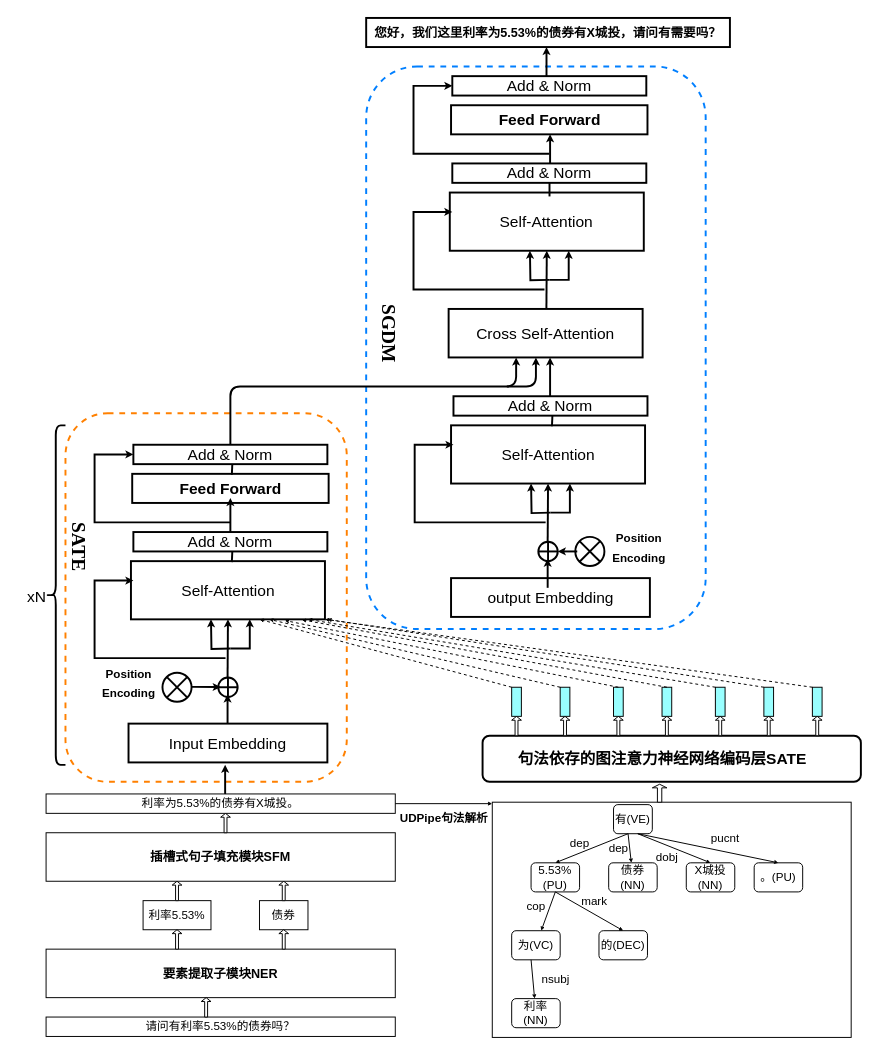
The draw.io diagram page "Page-2" (2 of 2) of 一种基于句法增强的转述式金融智能问答装置.drawio in Zoisaang/test1, before the edit. Source tidied: cells renumbered, new cells numbered last; positions are measured from the earlier drawing's top-left corner, leaving out a move shared by most shapes. Both pictures are drawn from the tidied source at 97%, with x=0, y=0 at pixel (16, 17).
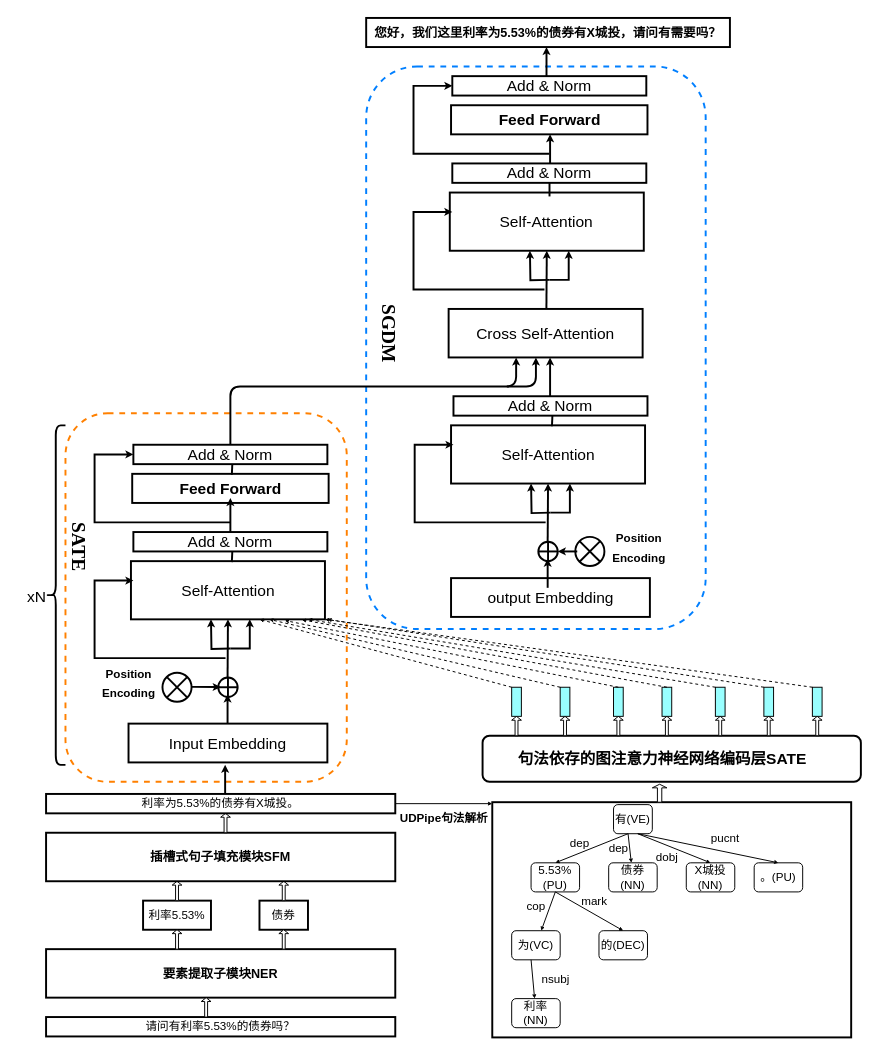
The same diagram, later.

Commit message (it also covers changes not shown here):
Update 一种基于句法增强的转述式金融智能问答装置.drawio

Diff of the diagram source:
```diff
@@
-    <mxCell id="4" value="请问有利率5.53%的债券吗？" style="rounded=0;whiteSpace=wrap;html=1;strokeColor=#000000;strokeWidth=1;fillColor=#FFFFFF;" parent="1" vertex="1">
+    <mxCell id="4" value="请问有利率5.53%的债券吗？" style="rounded=0;whiteSpace=wrap;html=1;strokeColor=#000000;strokeWidth=2;fillColor=#FFFFFF;" parent="1" vertex="1">
       <mxGeometry x="30" y="1030" width="360" height="20" as="geometry" />
     </mxCell>
-    <mxCell id="5" value="&lt;b&gt;&lt;font style=&quot;font-size: 13px&quot;&gt;要素提取子模块NER&lt;/font&gt;&lt;/b&gt;" style="rounded=0;whiteSpace=wrap;html=1;strokeColor=#000000;strokeWidth=1;fillColor=#FFFFFF;" parent="1" vertex="1">
+    <mxCell id="5" value="&lt;b&gt;&lt;font style=&quot;font-size: 13px&quot;&gt;要素提取子模块NER&lt;/font&gt;&lt;/b&gt;" style="rounded=0;whiteSpace=wrap;html=1;strokeColor=#000000;strokeWidth=2;fillColor=#FFFFFF;" parent="1" vertex="1">
       <mxGeometry x="30" y="960" width="360" height="50" as="geometry" />
     </mxCell>
@@
-    <mxCell id="7" value="利率5.53%" style="rounded=0;whiteSpace=wrap;html=1;strokeColor=#000000;strokeWidth=1;fillColor=#FFFFFF;" parent="1" vertex="1">
+    <mxCell id="7" value="利率5.53%" style="rounded=0;whiteSpace=wrap;html=1;strokeColor=#000000;strokeWidth=2;fillColor=#FFFFFF;" parent="1" vertex="1">
       <mxGeometry x="130" y="910" width="70" height="30" as="geometry" />
     </mxCell>
-    <mxCell id="8" value="债券" style="rounded=0;whiteSpace=wrap;html=1;strokeColor=#000000;strokeWidth=1;fillColor=#FFFFFF;" parent="1" vertex="1">
+    <mxCell id="8" value="债券" style="rounded=0;whiteSpace=wrap;html=1;strokeColor=#000000;strokeWidth=2;fillColor=#FFFFFF;" parent="1" vertex="1">
       <mxGeometry x="250" y="910" width="50" height="30" as="geometry" />
     </mxCell>
@@
-    <mxCell id="13" value="&lt;b&gt;&lt;font style=&quot;font-size: 13px&quot;&gt;插槽式句子填充模块SFM&lt;/font&gt;&lt;/b&gt;" style="rounded=0;whiteSpace=wrap;html=1;strokeColor=#000000;strokeWidth=1;fillColor=#FFFFFF;" parent="1" vertex="1">
+    <mxCell id="13" value="&lt;b&gt;&lt;font style=&quot;font-size: 13px&quot;&gt;插槽式句子填充模块SFM&lt;/font&gt;&lt;/b&gt;" style="rounded=0;whiteSpace=wrap;html=1;strokeColor=#000000;strokeWidth=2;fillColor=#FFFFFF;" parent="1" vertex="1">
       <mxGeometry x="30" y="840" width="360" height="50" as="geometry" />
     </mxCell>
@@
-    <mxCell id="15" value="利率为5.53%的债券有X城投。" style="rounded=0;whiteSpace=wrap;html=1;strokeColor=#000000;strokeWidth=1;fillColor=#FFFFFF;" parent="1" vertex="1">
+    <mxCell id="15" value="利率为5.53%的债券有X城投。" style="rounded=0;whiteSpace=wrap;html=1;strokeColor=#000000;strokeWidth=2;fillColor=#FFFFFF;" parent="1" vertex="1">
       <mxGeometry x="30" y="800" width="360" height="20" as="geometry" />
     </mxCell>
@@
-    <mxCell id="18" style="rounded=0;whiteSpace=wrap;html=1;strokeColor=#000000;strokeWidth=1;fillColor=#FFFFFF;" parent="1" vertex="1">
+    <mxCell id="18" style="rounded=0;whiteSpace=wrap;html=1;strokeColor=#000000;strokeWidth=2;fillColor=#FFFFFF;" parent="1" vertex="1">
       <mxGeometry x="490" y="808.5" width="370" height="242.5" as="geometry" />
     </mxCell>
```
